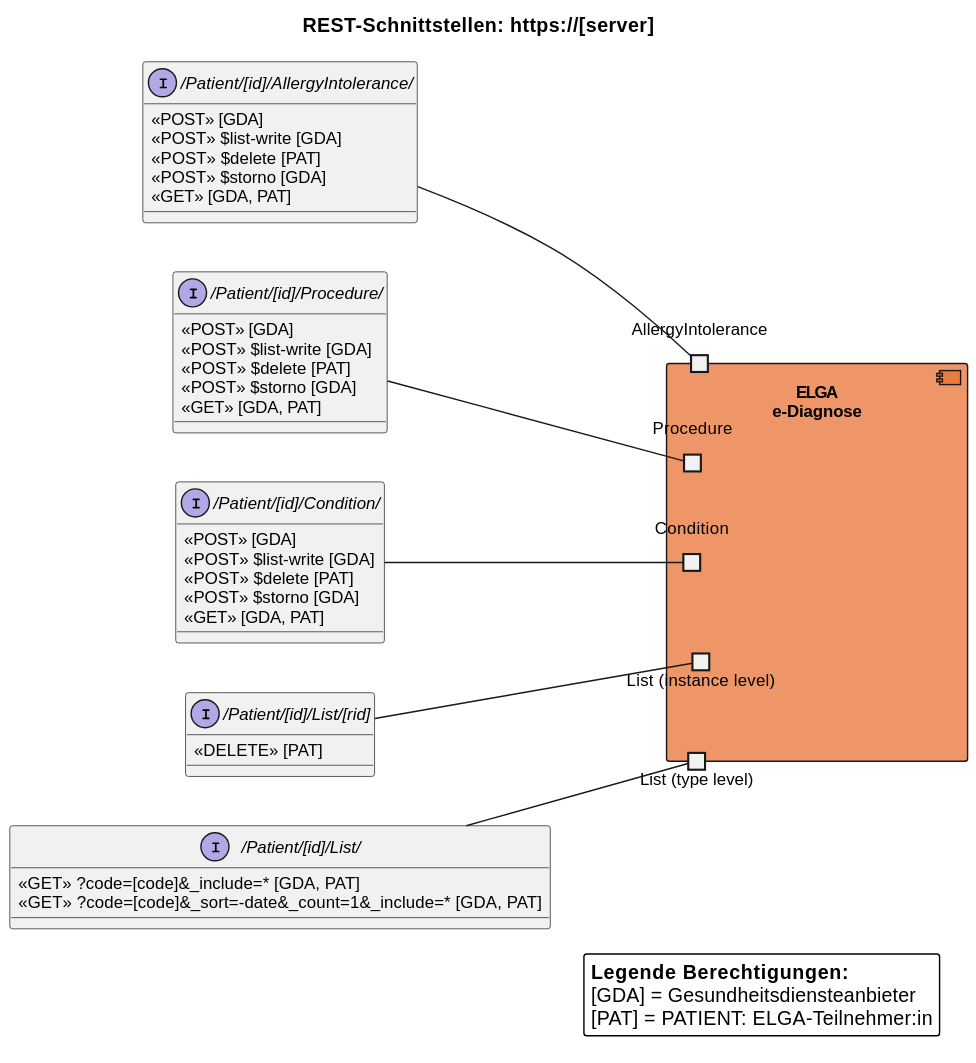
The PlantUML diagram input/images/plantuml/interaction_overview.svg in HL7Austria/ELGA-e-Diagnose-R4, before a commit.
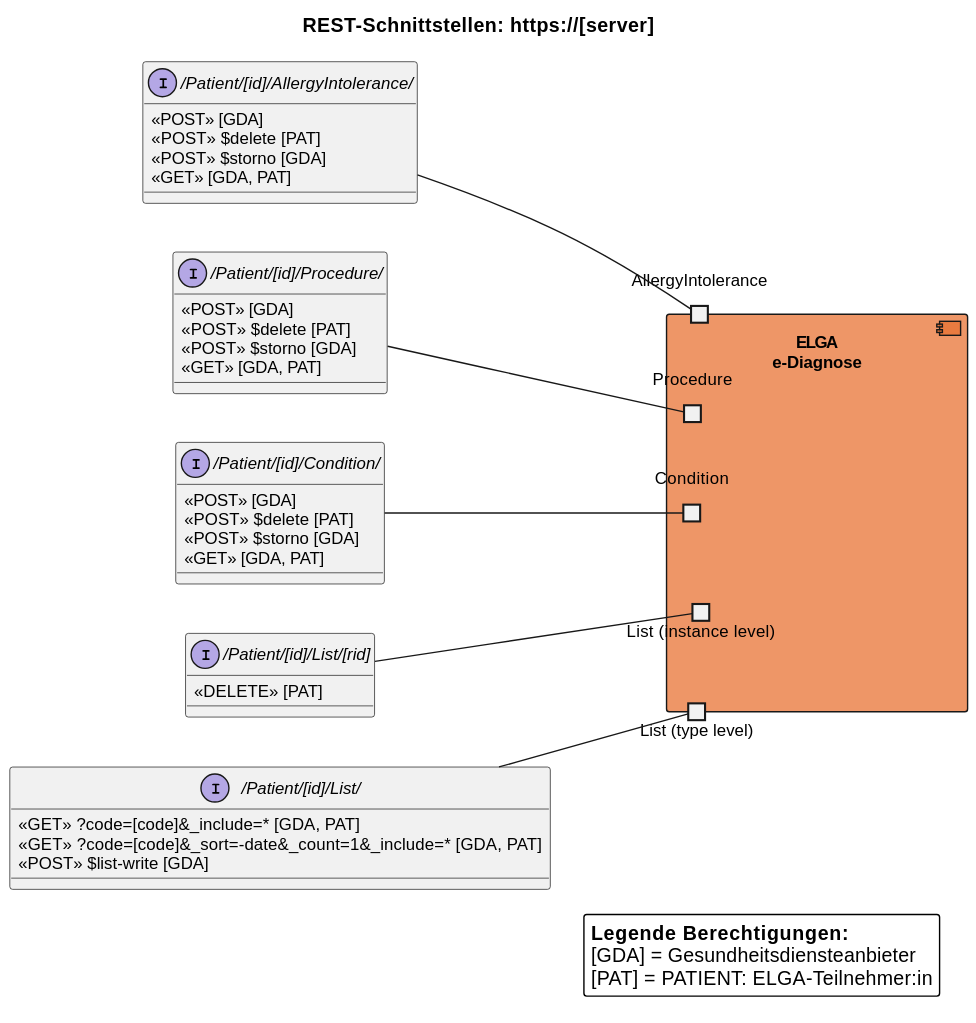
Above is the later version.

What changed in the source:
```diff
@@ -32,6 +32,7 @@
 interface "/Patient/[id]/List/" as List_type {
   «GET» ?code=[code]&_include=* [GDA, PAT]
   «GET» ?code=[code]&_sort=-date&_count=1&_include=* [GDA, PAT]
+  «POST» $list-write [GDA]
 }
 
 interface "/Patient/[id]/List/[rid]" as List_instance {
@@ -40,7 +41,6 @@
 
 interface "/Patient/[id]/Condition/" as ICondition {
   «POST» [GDA]
-  «POST» $list-write [GDA]
   «POST» $delete [PAT]
   «POST» $storno [GDA]
   «GET» [GDA, PAT]
@@ -48,7 +48,6 @@
 
 interface "/Patient/[id]/Procedure/" as IProcedure {
   «POST» [GDA]
-  «POST» $list-write [GDA]
   «POST» $delete [PAT]
   «POST» $storno [GDA]
   «GET» [GDA, PAT]
@@ -56,7 +55,6 @@
 
 interface "/Patient/[id]/AllergyIntolerance/" as IAllergyIntolerance {
   «POST» [GDA]
-  «POST» $list-write [GDA]
   «POST» $delete [PAT]
   «POST» $storno [GDA]
   «GET» [GDA, PAT]
```
